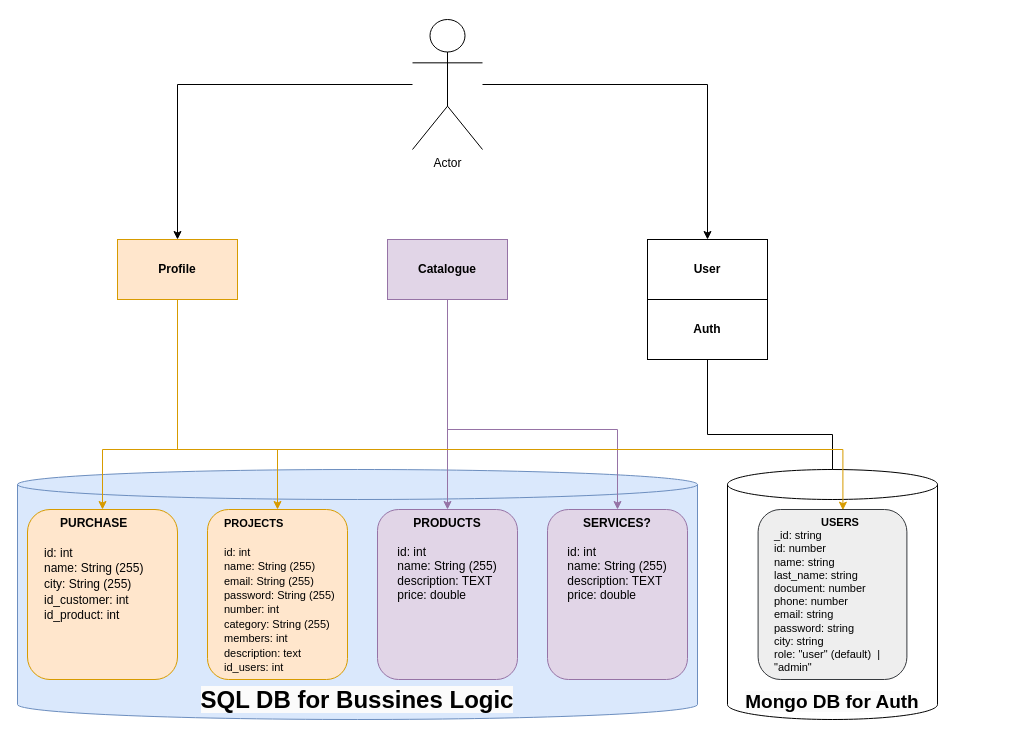
This is Diagrama sin título.drawio from samuelquisol/Future-Projection, a draw.io file, before an edit. Source tidied: cells renumbered, new cells numbered last; positions are measured from the earlier drawing's top-left corner, leaving out a move shared by most shapes. Both pictures are drawn from the tidied source at 100%, with x=0, y=0 at pixel (17, 19).
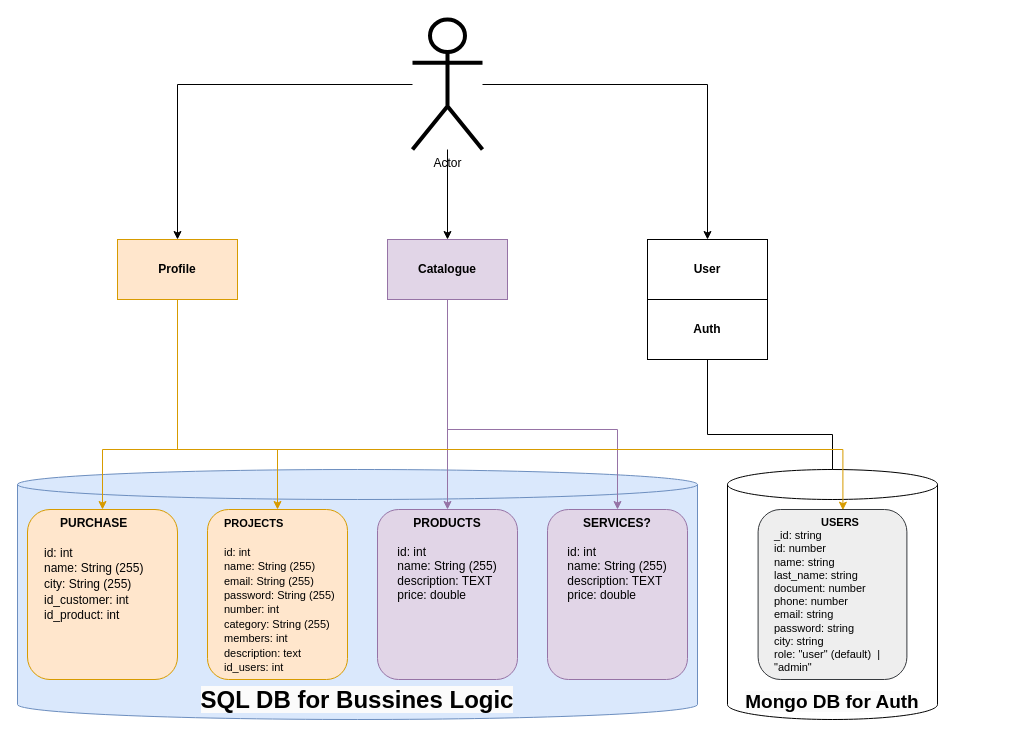
The same diagram, later.

Commit message:
Diagrama de Arquitectura

The change refers to these unchanged cells:
```xml
<mxCell id="9" value="&lt;b&gt;Catalogue&lt;/b&gt;" style="rounded=0;whiteSpace=wrap;html=1;fillColor=#e1d5e7;strokeColor=#9673a6;" parent="1" vertex="1">
  <mxGeometry x="370" y="220" width="120" height="60" as="geometry" />
</mxCell>
```

Change to the diagram source:
```diff
@@
+    <mxCell id="24" style="edgeStyle=orthogonalEdgeStyle;rounded=0;jettySize=auto;html=1;entryX=0.5;entryY=0;entryDx=0;entryDy=0;" parent="1" edge="1" source="19" target="9">
+      <mxGeometry relative="1" as="geometry" />
+    </mxCell>
-    <mxCell id="19" value="Actor" style="shape=umlActor;verticalLabelPosition=bottom;verticalAlign=top;html=1;outlineConnect=0;" parent="1" vertex="1">
+    <mxCell id="19" value="Actor" style="shape=umlActor;verticalLabelPosition=bottom;verticalAlign=top;html=1;outlineConnect=0;strokeWidth=4;" parent="1" vertex="1">
       <mxGeometry x="395" width="70" height="130" as="geometry" />
     </mxCell>
```
